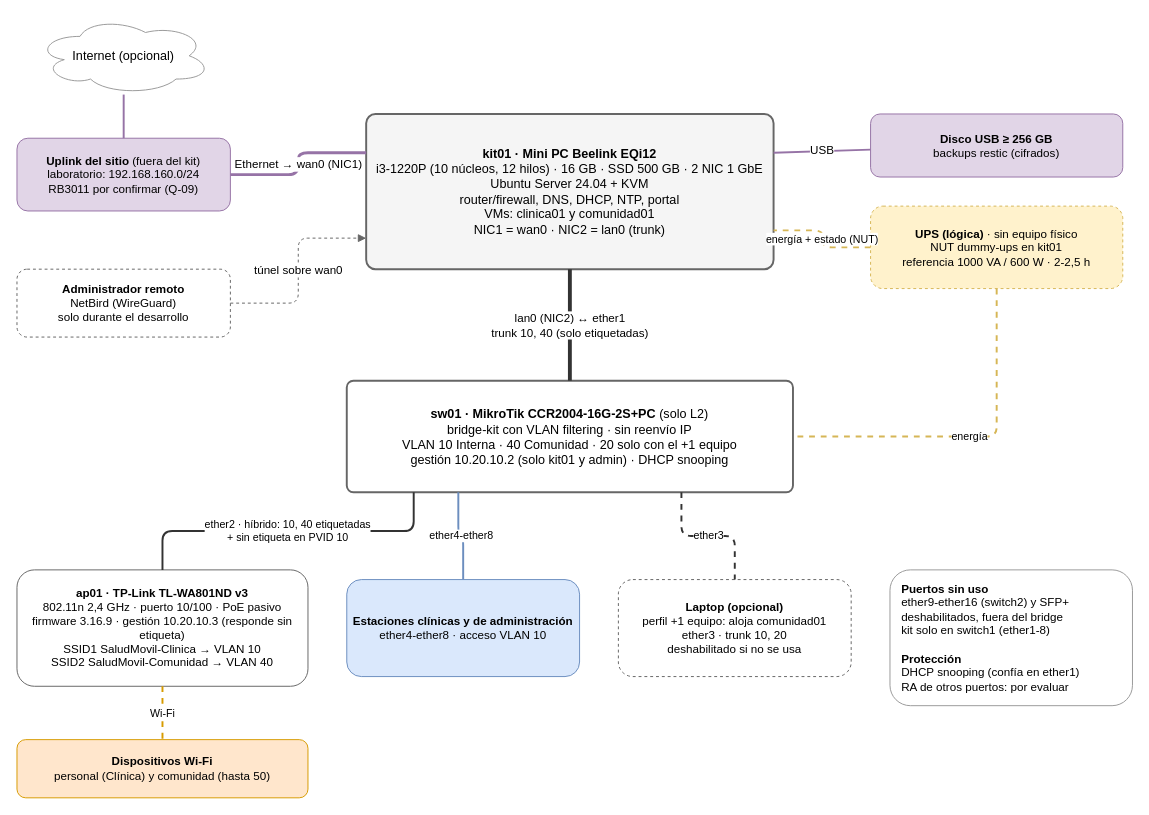
Earlier version of the draw.io diagram diagramas/diagrama-fisico.drawio (kitsalud-movil-plats1/docs). Source tidied: cells renumbered, new cells numbered last; positions are measured from the earlier drawing's top-left corner, leaving out a move shared by most shapes. Both pictures are drawn from the tidied source at 97%, with x=0, y=0 at pixel (16, 16).
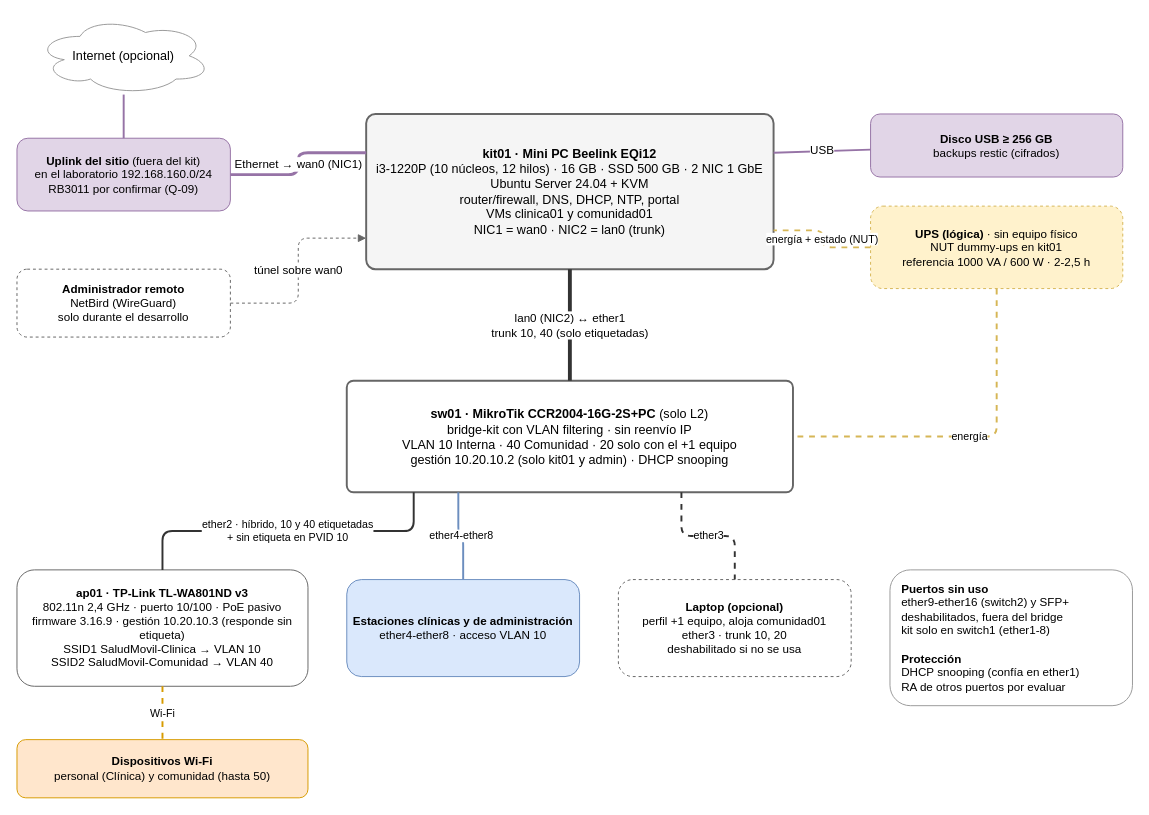
The same page after the edit.

Unchanged cells that the change refers to:
```xml
<mxCell id="8" value="&lt;b&gt;sw01 · MikroTik CCR2004-16G-2S+PC&lt;/b&gt; (solo L2)&lt;br&gt;bridge-kit con VLAN filtering · sin reenvío IP&lt;br&gt;VLAN 10 Interna · 40 Comunidad · 20 solo con el +1 equipo&lt;br&gt;gestión 10.20.10.2 (solo kit01 y admin) · DHCP snooping" style="rounded=1;arcSize=6;whiteSpace=wrap;html=1;fillColor=#FFFFFF;strokeColor=#666666;fontSize=13;strokeWidth=2;" parent="1" vertex="1">
  <mxGeometry x="340" y="375" width="460" height="115" as="geometry" />
</mxCell>
<mxCell id="9" value="&lt;b&gt;ap01 · TP-Link TL-WA801ND v3&lt;/b&gt;&lt;br&gt;802.11n 2,4 GHz · puerto 10/100 · PoE pasivo&lt;br&gt;firmware 3.16.9 · gestión 10.20.10.3 (responde sin etiqueta)&lt;br&gt;SSID1 SaludMovil-Clinica → VLAN 10&lt;br&gt;SSID2 SaludMovil-Comunidad → VLAN 40" style="rounded=1;whiteSpace=wrap;html=1;fillColor=#FFFFFF;strokeColor=#666666;fontSize=12;" parent="1" vertex="1">
  <mxGeometry y="570" width="300" height="120" as="geometry" />
</mxCell>
```

What changed in the source:
```diff
@@
-    <mxCell id="3" value="&lt;b&gt;Uplink del sitio&lt;/b&gt; (fuera del kit)&lt;br&gt;laboratorio: 192.168.160.0/24&lt;br&gt;RB3011 por confirmar (Q-09)" style="rounded=1;whiteSpace=wrap;html=1;fillColor=#e1d5e7;strokeColor=#9673a6;fontSize=12;" parent="1" vertex="1">
+    <mxCell id="3" value="&lt;b&gt;Uplink del sitio&lt;/b&gt; (fuera del kit)&lt;br&gt;en el laboratorio 192.168.160.0/24&lt;br&gt;RB3011 por confirmar (Q-09)" style="rounded=1;whiteSpace=wrap;html=1;fillColor=#e1d5e7;strokeColor=#9673a6;fontSize=12;" parent="1" vertex="1">
       <mxGeometry y="125" width="220" height="75" as="geometry" />
     </mxCell>
@@
-    <mxCell id="5" value="&lt;b&gt;kit01 · Mini PC Beelink EQi12&lt;/b&gt;&lt;br&gt;i3-1220P (10 núcleos, 12 hilos) · 16 GB · SSD 500 GB · 2 NIC 1 GbE&lt;br&gt;Ubuntu Server 24.04 + KVM&lt;br&gt;router/firewall, DNS, DHCP, NTP, portal&lt;br&gt;VMs: clinica01 y comunidad01&lt;br&gt;NIC1 = wan0 · NIC2 = lan0 (trunk)" style="rounded=1;arcSize=6;whiteSpace=wrap;html=1;fillColor=#f5f5f5;strokeColor=#666666;fontSize=13;strokeWidth=2;" parent="1" vertex="1">
+    <mxCell id="5" value="&lt;b&gt;kit01 · Mini PC Beelink EQi12&lt;/b&gt;&lt;br&gt;i3-1220P (10 núcleos, 12 hilos) · 16 GB · SSD 500 GB · 2 NIC 1 GbE&lt;br&gt;Ubuntu Server 24.04 + KVM&lt;br&gt;router/firewall, DNS, DHCP, NTP, portal&lt;br&gt;VMs clinica01 y comunidad01&lt;br&gt;NIC1 = wan0 · NIC2 = lan0 (trunk)" style="rounded=1;arcSize=6;whiteSpace=wrap;html=1;fillColor=#f5f5f5;strokeColor=#666666;fontSize=13;strokeWidth=2;" parent="1" vertex="1">
       <mxGeometry x="360" y="100" width="420" height="160" as="geometry" />
     </mxCell>
@@
-    <mxCell id="11" value="&lt;b&gt;Laptop (opcional)&lt;/b&gt;&lt;br&gt;perfil +1 equipo: aloja comunidad01&lt;br&gt;ether3 · trunk 10, 20&lt;br&gt;deshabilitado si no se usa" style="rounded=1;whiteSpace=wrap;html=1;dashed=1;fillColor=#FFFFFF;strokeColor=#666666;fontSize=12;" parent="1" vertex="1">
+    <mxCell id="11" value="&lt;b&gt;Laptop (opcional)&lt;/b&gt;&lt;br&gt;perfil +1 equipo, aloja comunidad01&lt;br&gt;ether3 · trunk 10, 20&lt;br&gt;deshabilitado si no se usa" style="rounded=1;whiteSpace=wrap;html=1;dashed=1;fillColor=#FFFFFF;strokeColor=#666666;fontSize=12;" parent="1" vertex="1">
       <mxGeometry x="620" y="580" width="240" height="100" as="geometry" />
     </mxCell>
-    <mxCell id="12" value="&lt;b&gt;Puertos sin uso&lt;/b&gt;&lt;br&gt;ether9-ether16 (switch2) y SFP+&lt;br&gt;deshabilitados, fuera del bridge&lt;br&gt;kit solo en switch1 (ether1-8)&lt;br&gt;&lt;br&gt;&lt;b&gt;Protección&lt;/b&gt;&lt;br&gt;DHCP snooping (confía en ether1)&lt;br&gt;RA de otros puertos: por evaluar" style="rounded=1;whiteSpace=wrap;html=1;fillColor=#FFFFFF;strokeColor=#999999;fontSize=12;align=left;spacingLeft=10;" parent="1" vertex="1">
+    <mxCell id="12" value="&lt;b&gt;Puertos sin uso&lt;/b&gt;&lt;br&gt;ether9-ether16 (switch2) y SFP+&lt;br&gt;deshabilitados, fuera del bridge&lt;br&gt;kit solo en switch1 (ether1-8)&lt;br&gt;&lt;br&gt;&lt;b&gt;Protección&lt;/b&gt;&lt;br&gt;DHCP snooping (confía en ether1)&lt;br&gt;RA de otros puertos por evaluar" style="rounded=1;whiteSpace=wrap;html=1;fillColor=#FFFFFF;strokeColor=#999999;fontSize=12;align=left;spacingLeft=10;" parent="1" vertex="1">
       <mxGeometry x="900" y="570" width="250" height="140" as="geometry" />
     </mxCell>
@@
-    <mxCell id="21" value="ether2 · híbrido: 10, 40 etiquetadas&lt;br&gt;+ sin etiqueta en PVID 10" style="edgeStyle=orthogonalEdgeStyle;html=1;endArrow=none;strokeColor=#333333;strokeWidth=2;fontSize=11;labelBackgroundColor=#FFFFFF;exitX=0.15;exitY=1;exitDx=0;exitDy=0;" parent="1" edge="1" source="8" target="9">
+    <mxCell id="21" value="ether2 · híbrido, 10 y 40 etiquetadas&lt;br&gt;+ sin etiqueta en PVID 10" style="edgeStyle=orthogonalEdgeStyle;html=1;endArrow=none;strokeColor=#333333;strokeWidth=2;fontSize=11;labelBackgroundColor=#FFFFFF;exitX=0.15;exitY=1;exitDx=0;exitDy=0;" parent="1" edge="1" source="8" target="9">
       <mxGeometry relative="1" as="geometry" />
     </mxCell>
```
